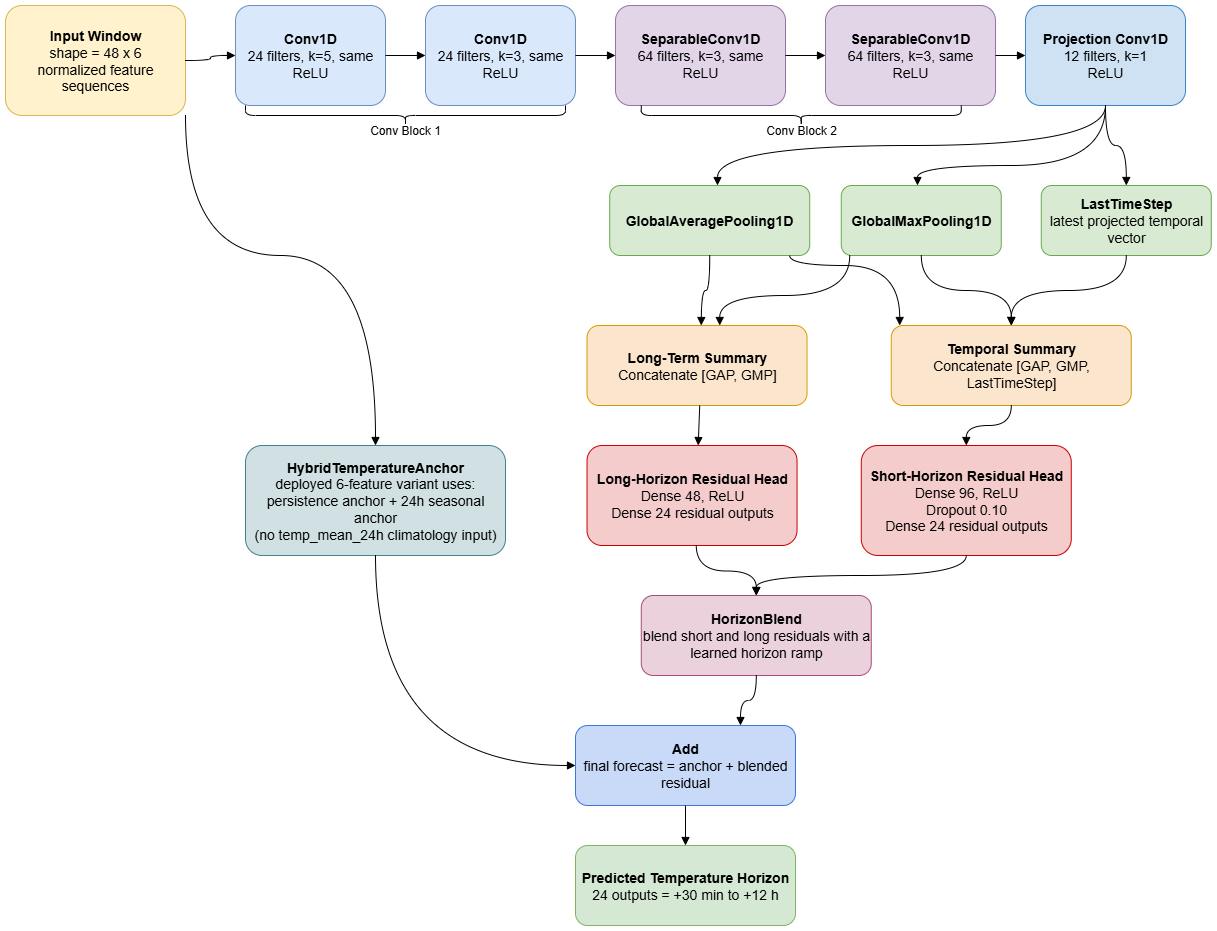
This is paper/tinyml_home_weather_forecasting-1D CNN Model.drawio.png from rishi-latchmepersad/TinyML-Home-Weather-Forecasting, a draw.io export, as it was before one commit. Source tidied: cells renumbered, new cells last; positions are measured from the earlier drawing's top-left corner, leaving out a move shared by most shapes.
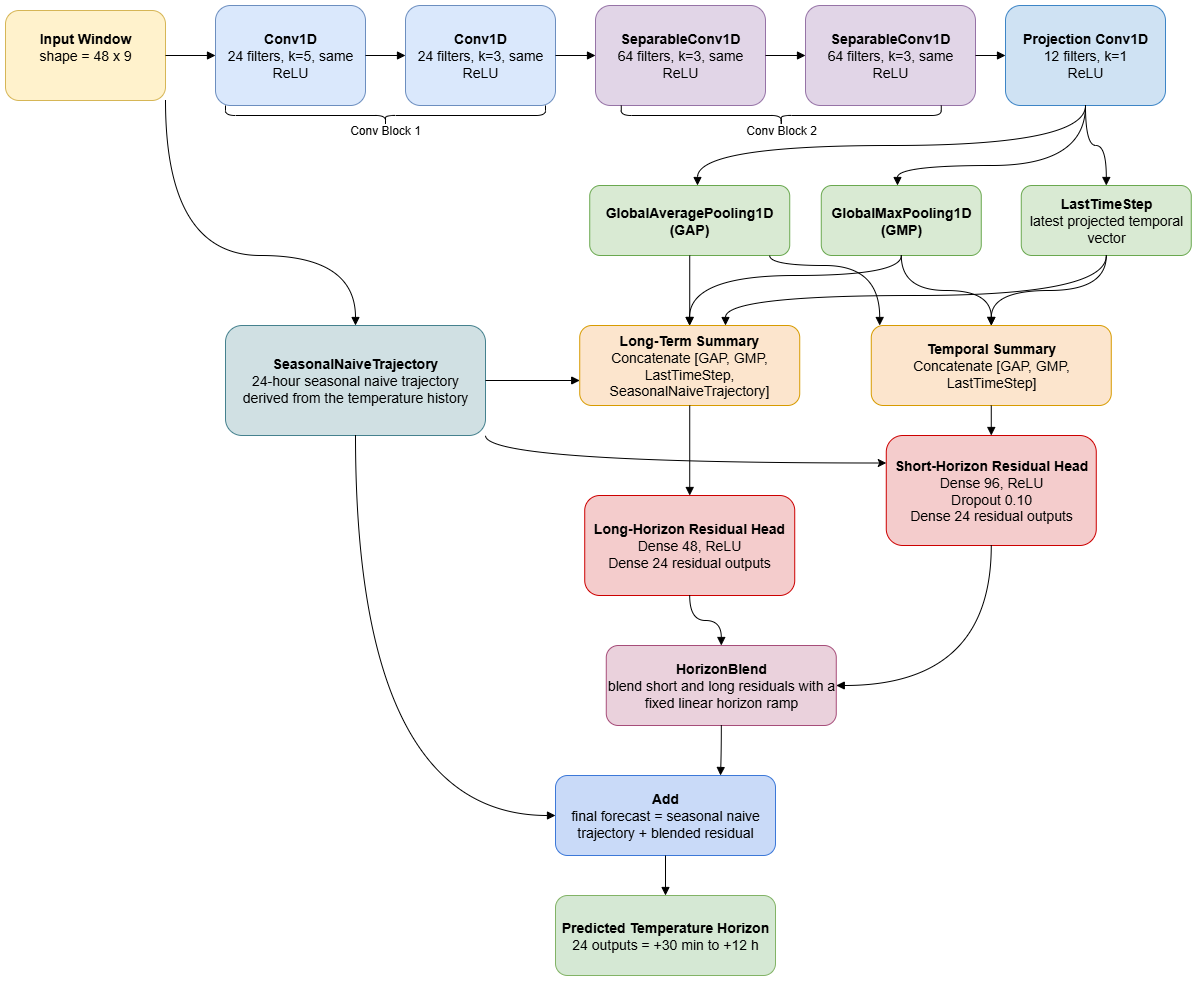
The same file after the commit.

Diff of the diagram source:
```diff
@@ -2,8 +2,8 @@
   <root>
     <mxCell id="0" />
     <mxCell id="1" parent="0" />
-    <mxCell id="2" value="&lt;b&gt;Input Window&lt;/b&gt;&lt;div&gt;shape = 48 x 6&lt;/div&gt;&lt;div&gt;normalized feature sequences&lt;/div&gt;" style="rounded=1;whiteSpace=wrap;html=1;fillColor=#fff2cc;strokeColor=#d6b656;fontSize=14;" parent="1" vertex="1">
-      <mxGeometry width="180" height="110" as="geometry" />
+    <mxCell id="2" value="&lt;b&gt;Input Window&lt;/b&gt;&lt;div&gt;shape = 48 x 9&lt;/div&gt;&lt;div&gt;&lt;br&gt;&lt;/div&gt;" style="rounded=1;whiteSpace=wrap;html=1;fillColor=#fff2cc;strokeColor=#d6b656;fontSize=14;" parent="1" vertex="1">
+      <mxGeometry x="20" y="5" width="160" height="90" as="geometry" />
     </mxCell>
     <mxCell id="3" value="&lt;b&gt;Conv1D&lt;/b&gt;&lt;div&gt;24 filters, k=5, same&lt;/div&gt;&lt;div&gt;ReLU&lt;/div&gt;" style="rounded=1;whiteSpace=wrap;html=1;fillColor=#dae8fc;strokeColor=#6c8ebf;fontSize=14;" parent="1" vertex="1">
       <mxGeometry x="230" width="150" height="100" as="geometry" />
@@ -20,10 +20,10 @@
     <mxCell id="7" value="&lt;b&gt;Projection Conv1D&lt;/b&gt;&lt;div&gt;12 filters, k=1&lt;/div&gt;&lt;div&gt;ReLU&lt;/div&gt;" style="rounded=1;whiteSpace=wrap;html=1;fillColor=#cfe2f3;strokeColor=#3d85c6;fontSize=14;" parent="1" vertex="1">
       <mxGeometry x="1020" width="160" height="100" as="geometry" />
     </mxCell>
-    <mxCell id="8" value="&lt;b&gt;GlobalAveragePooling1D&lt;/b&gt;" style="rounded=1;whiteSpace=wrap;html=1;fillColor=#d9ead3;strokeColor=#6aa84f;fontSize=14;" parent="1" vertex="1">
+    <mxCell id="8" value="&lt;b&gt;GlobalAveragePooling1D (GAP)&lt;/b&gt;" style="rounded=1;whiteSpace=wrap;html=1;fillColor=#d9ead3;strokeColor=#6aa84f;fontSize=14;" parent="1" vertex="1">
       <mxGeometry x="604.2" y="180" width="200" height="70" as="geometry" />
     </mxCell>
-    <mxCell id="9" value="&lt;b&gt;GlobalMaxPooling1D&lt;/b&gt;" style="rounded=1;whiteSpace=wrap;html=1;fillColor=#d9ead3;strokeColor=#6aa84f;fontSize=14;" parent="1" vertex="1">
+    <mxCell id="9" value="&lt;b&gt;GlobalMaxPooling1D (GMP)&lt;/b&gt;" style="rounded=1;whiteSpace=wrap;html=1;fillColor=#d9ead3;strokeColor=#6aa84f;fontSize=14;" parent="1" vertex="1">
       <mxGeometry x="835.8" y="180" width="160" height="70" as="geometry" />
     </mxCell>
     <mxCell id="10" value="&lt;b&gt;LastTimeStep&lt;/b&gt;&lt;div&gt;latest projected temporal vector&lt;/div&gt;" style="rounded=1;whiteSpace=wrap;html=1;fillColor=#d9ead3;strokeColor=#6aa84f;fontSize=14;" parent="1" vertex="1">
@@ -33,25 +33,28 @@
       <mxGeometry x="885.8" y="320" width="240" height="80" as="geometry" />
     </mxCell>
     <mxCell id="12" value="&lt;b&gt;Short-Horizon Residual Head&lt;/b&gt;&lt;div&gt;Dense 96, ReLU&lt;/div&gt;&lt;div&gt;Dropout 0.10&lt;/div&gt;&lt;div&gt;Dense 24 residual outputs&lt;/div&gt;" style="rounded=1;whiteSpace=wrap;html=1;fillColor=#f4cccc;strokeColor=#cc0000;fontSize=14;" parent="1" vertex="1">
-      <mxGeometry x="855.8" y="440" width="210" height="110" as="geometry" />
+      <mxGeometry x="900.8" y="430" width="210" height="110" as="geometry" />
     </mxCell>
-    <mxCell id="13" value="&lt;b&gt;Long-Term Summary&lt;/b&gt;&lt;div&gt;Concatenate [GAP, GMP]&lt;/div&gt;" style="rounded=1;whiteSpace=wrap;html=1;fillColor=#fce5cd;strokeColor=#d79b00;fontSize=14;" parent="1" vertex="1">
-      <mxGeometry x="581.5" y="320" width="220" height="80" as="geometry" />
+    <mxCell id="13" value="&lt;b&gt;Long-Term Summary&lt;/b&gt;&lt;div&gt;Concatenate [GAP, GMP, LastTimeStep, SeasonalNaiveTrajectory]&lt;/div&gt;" style="rounded=1;whiteSpace=wrap;html=1;fillColor=#fce5cd;strokeColor=#d79b00;fontSize=14;" parent="1" vertex="1">
+      <mxGeometry x="594.2" y="320" width="220" height="80" as="geometry" />
     </mxCell>
     <mxCell id="14" value="&lt;b&gt;Long-Horizon Residual Head&lt;/b&gt;&lt;div&gt;Dense 48, ReLU&lt;/div&gt;&lt;div&gt;Dense 24 residual outputs&lt;/div&gt;" style="rounded=1;whiteSpace=wrap;html=1;fillColor=#f4cccc;strokeColor=#cc0000;fontSize=14;" parent="1" vertex="1">
-      <mxGeometry x="581.5" y="440" width="210" height="100" as="geometry" />
+      <mxGeometry x="599.2" y="490" width="210" height="100" as="geometry" />
     </mxCell>
-    <mxCell id="15" value="&lt;b&gt;HorizonBlend&lt;/b&gt;&lt;div&gt;blend short and long residuals with a learned horizon ramp&lt;/div&gt;" style="rounded=1;whiteSpace=wrap;html=1;fillColor=#ead1dc;strokeColor=#a64d79;fontSize=14;" parent="1" vertex="1">
-      <mxGeometry x="635.8" y="590" width="230" height="80" as="geometry" />
+    <mxCell id="15" value="&lt;b&gt;HorizonBlend&lt;/b&gt;&lt;div&gt;blend short and long residuals with a fixed linear horizon ramp&lt;/div&gt;" style="rounded=1;whiteSpace=wrap;html=1;fillColor=#ead1dc;strokeColor=#a64d79;fontSize=14;" parent="1" vertex="1">
+      <mxGeometry x="620.8" y="640" width="230" height="80" as="geometry" />
     </mxCell>
+    <mxCell id="44" style="edgeStyle=orthogonalEdgeStyle;rounded=0;jettySize=auto;html=1;exitX=1;exitY=1;exitDx=0;exitDy=0;entryX=0;entryY=0.25;entryDx=0;entryDy=0;curved=1;" parent="1" edge="1" source="16" target="12">
+      <mxGeometry relative="1" as="geometry" />
+    </mxCell>
-    <mxCell id="16" value="&lt;b&gt;HybridTemperatureAnchor&lt;/b&gt;&lt;div&gt;deployed 6-feature variant uses:&lt;/div&gt;&lt;div&gt;persistence anchor + 24h seasonal anchor&lt;/div&gt;&lt;div&gt;(no temp_mean_24h climatology input)&lt;/div&gt;" style="rounded=1;whiteSpace=wrap;html=1;fillColor=#d0e0e3;strokeColor=#45818e;fontSize=14;" parent="1" vertex="1">
-      <mxGeometry x="240" y="440" width="260" height="110" as="geometry" />
+    <mxCell id="16" value="&lt;b&gt;SeasonalNaiveTrajectory&lt;/b&gt;&lt;div&gt;24-hour seasonal naive trajectory&lt;/div&gt;&lt;div&gt;derived from the temperature history&lt;/div&gt;" style="rounded=1;whiteSpace=wrap;html=1;fillColor=#d0e0e3;strokeColor=#45818e;fontSize=14;" parent="1" vertex="1">
+      <mxGeometry x="240" y="320" width="260" height="110" as="geometry" />
     </mxCell>
-    <mxCell id="17" value="&lt;b&gt;Add&lt;/b&gt;&lt;div&gt;final forecast = anchor + blended residual&lt;/div&gt;" style="rounded=1;whiteSpace=wrap;html=1;fillColor=#c9daf8;strokeColor=#3c78d8;fontSize=14;" parent="1" vertex="1">
-      <mxGeometry x="570" y="720" width="220" height="80" as="geometry" />
+    <mxCell id="17" value="&lt;b&gt;Add&lt;/b&gt;&lt;div&gt;final forecast = seasonal naive trajectory + blended residual&lt;/div&gt;" style="rounded=1;whiteSpace=wrap;html=1;fillColor=#c9daf8;strokeColor=#3c78d8;fontSize=14;" parent="1" vertex="1">
+      <mxGeometry x="570" y="770" width="220" height="80" as="geometry" />
     </mxCell>
     <mxCell id="18" value="&lt;b&gt;Predicted Temperature Horizon&lt;/b&gt;&lt;div&gt;24 outputs = +30 min to +12 h&lt;/div&gt;" style="rounded=1;whiteSpace=wrap;html=1;fillColor=#d5e8d4;strokeColor=#82b366;fontSize=14;" parent="1" vertex="1">
-      <mxGeometry x="570" y="840" width="220" height="80" as="geometry" />
+      <mxGeometry x="570" y="890" width="220" height="80" as="geometry" />
     </mxCell>
     <mxCell id="19" style="endArrow=block;html=1;rounded=0;strokeColor=#000000;edgeStyle=orthogonalEdgeStyle;curved=1;" parent="1" edge="1" source="2" target="3">
       <mxGeometry relative="1" as="geometry" />
@@ -104,35 +107,42 @@
     <mxCell id="30" style="endArrow=block;html=1;rounded=0;strokeColor=#000000;edgeStyle=orthogonalEdgeStyle;curved=1;" parent="1" edge="1" source="11" target="12">
       <mxGeometry relative="1" as="geometry" />
     </mxCell>
-    <mxCell id="31" style="endArrow=block;html=1;rounded=0;strokeColor=#000000;edgeStyle=orthogonalEdgeStyle;curved=1;" parent="1" edge="1" source="8">
-      <mxGeometry relative="1" as="geometry">
-        <mxPoint x="695.7" y="320" as="targetPoint" />
-      </mxGeometry>
+    <mxCell id="31" style="endArrow=block;html=1;rounded=0;strokeColor=#000000;edgeStyle=orthogonalEdgeStyle;curved=1;" parent="1" edge="1" source="8" target="13">
+      <mxGeometry relative="1" as="geometry" />
     </mxCell>
-    <mxCell id="32" style="endArrow=block;html=1;rounded=0;strokeColor=#000000;edgeStyle=orthogonalEdgeStyle;curved=1;" parent="1" edge="1">
+    <mxCell id="32" style="endArrow=block;html=1;rounded=0;strokeColor=#000000;edgeStyle=orthogonalEdgeStyle;curved=1;" parent="1" edge="1" source="9" target="13">
       <mxGeometry relative="1" as="geometry">
-        <mxPoint x="844.2" y="250" as="sourcePoint" />
-        <mxPoint x="714.2" y="320" as="targetPoint" />
         <Array as="points">
-          <mxPoint x="844.2" y="290" />
-          <mxPoint x="714.2" y="290" />
+          <mxPoint x="916" y="270" />
+          <mxPoint x="704" y="270" />
         </Array>
       </mxGeometry>
     </mxCell>
-    <mxCell id="33" style="endArrow=block;html=1;rounded=0;strokeColor=#000000;" parent="1" edge="1">
-      <mxGeometry relative="1" as="geometry">
-        <mxPoint x="694.2" y="400" as="sourcePoint" />
-        <mxPoint x="692.7" y="440" as="targetPoint" />
-      </mxGeometry>
+    <mxCell id="33" style="endArrow=block;html=1;rounded=0;strokeColor=#000000;" parent="1" edge="1" source="13" target="14">
+      <mxGeometry relative="1" as="geometry" />
     </mxCell>
-    <mxCell id="34" style="endArrow=block;html=1;rounded=0;strokeColor=#000000;edgeStyle=orthogonalEdgeStyle;curved=1;" parent="1" edge="1" source="12" target="15">
+    <mxCell id="34" style="endArrow=block;html=1;rounded=0;strokeColor=#000000;edgeStyle=orthogonalEdgeStyle;curved=1;entryX=1;entryY=0.5;entryDx=0;entryDy=0;exitX=0.5;exitY=1;exitDx=0;exitDy=0;" parent="1" edge="1" source="12" target="15">
       <mxGeometry relative="1" as="geometry" />
     </mxCell>
-    <mxCell id="35" style="endArrow=block;html=1;rounded=0;strokeColor=#000000;edgeStyle=orthogonalEdgeStyle;curved=1;" parent="1" edge="1" target="15">
-      <mxGeometry relative="1" as="geometry">
-        <mxPoint x="690.7" y="540" as="sourcePoint" />
-      </mxGeometry>
+    <mxCell id="35" style="endArrow=block;html=1;rounded=0;strokeColor=#000000;edgeStyle=orthogonalEdgeStyle;curved=1;" parent="1" edge="1" source="14" target="15">
+      <mxGeometry relative="1" as="geometry" />
     </mxCell>
+    <mxCell id="45" style="endArrow=block;html=1;rounded=0;strokeColor=#000000;edgeStyle=orthogonalEdgeStyle;curved=1;" parent="1" edge="1" source="10" target="13">
+      <mxGeometry relative="1" as="geometry">
+        <Array as="points">
+          <mxPoint x="1120" y="290" />
+          <mxPoint x="740" y="290" />
+        </Array>
+      </mxGeometry>
+    </mxCell>
+    <mxCell id="46" style="endArrow=block;html=1;rounded=0;strokeColor=#000000;edgeStyle=orthogonalEdgeStyle;curved=1;" parent="1" edge="1" source="16" target="13">
+      <mxGeometry relative="1" as="geometry">
+        <Array as="points">
+          <mxPoint x="370" y="360" />
+          <mxPoint x="580" y="360" />
+        </Array>
+      </mxGeometry>
+    </mxCell>
     <mxCell id="36" style="endArrow=block;html=1;rounded=0;strokeColor=#000000;edgeStyle=orthogonalEdgeStyle;curved=1;exitX=1;exitY=1;exitDx=0;exitDy=0;" parent="1" edge="1" source="2" target="16">
       <mxGeometry relative="1" as="geometry">
         <Array as="points">
```
